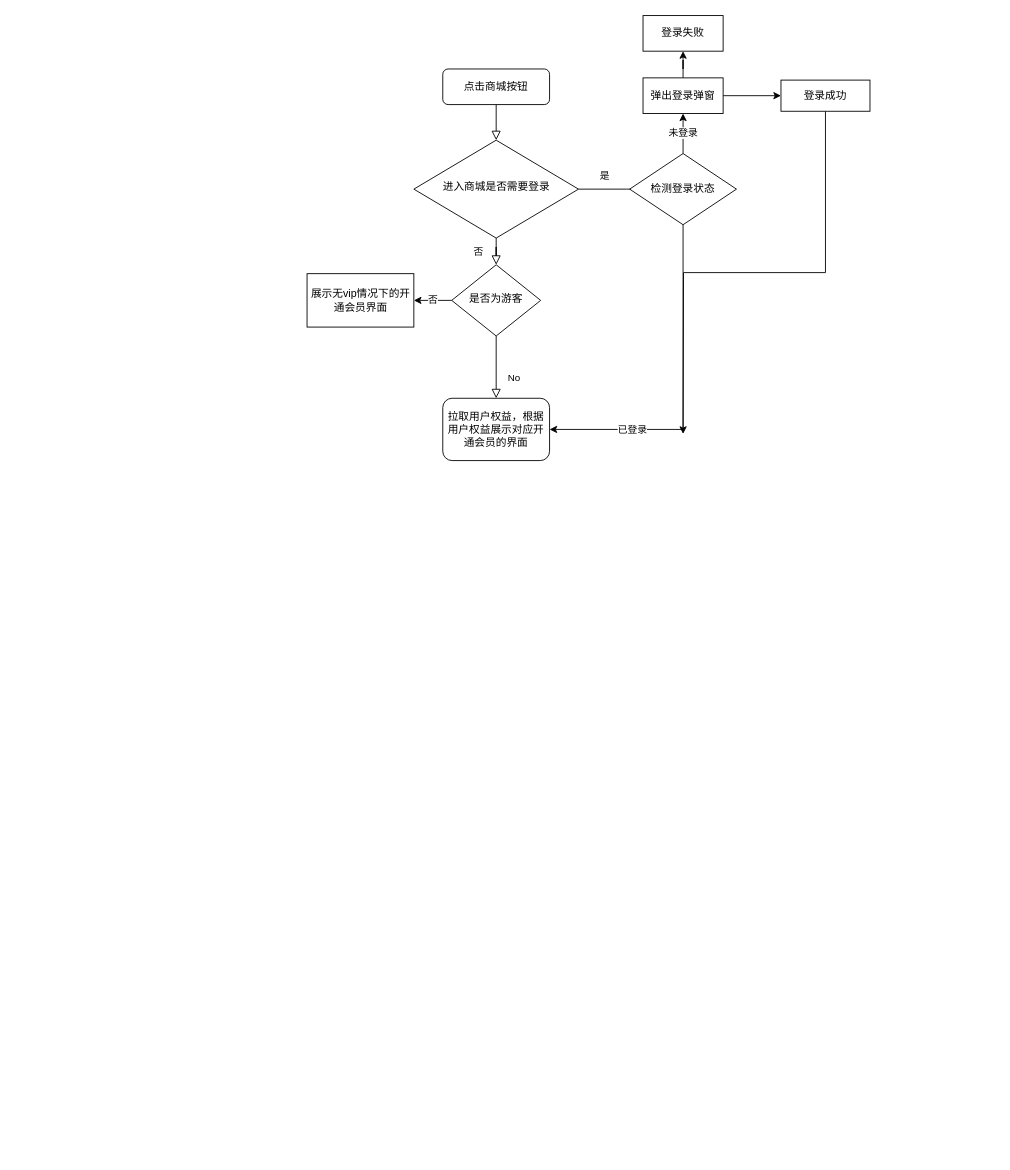
This is Untitled Diagram.drawio from NicoleXiao/UnityUGUI, a draw.io file, before an edit. Source tidied: cells renumbered, new cells numbered last; positions are measured from the earlier drawing's top-left corner, leaving out a move shared by most shapes. Both pictures are drawn from the tidied source at 89%, with x=0, y=0 at pixel (307, 15).
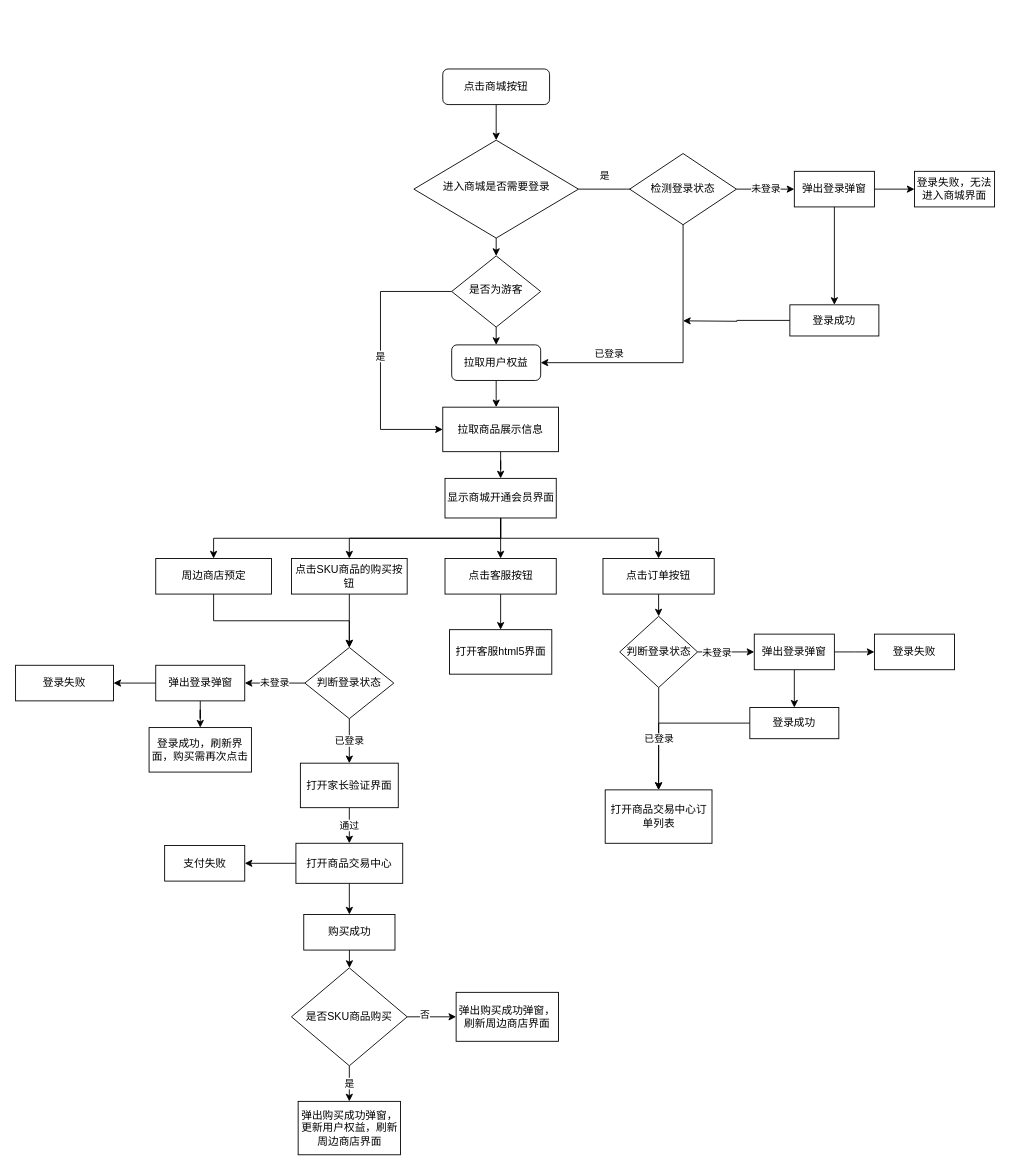
The same diagram, later.

The change refers to these unchanged cells:
```xml
<mxCell id="3" value="点击商城按钮" style="rounded=1;whiteSpace=wrap;html=1;fontSize=12;glass=0;strokeWidth=1;shadow=0;" parent="1" vertex="1">
  <mxGeometry x="152" y="60" width="120" height="40" as="geometry" />
</mxCell>
<mxCell id="6" value="进入商城是否需要登录" style="rhombus;whiteSpace=wrap;html=1;shadow=0;fontFamily=Helvetica;fontSize=12;align=center;strokeWidth=1;spacing=6;spacingTop=-4;" parent="1" vertex="1">
  <mxGeometry x="119.5" y="140" width="185" height="110" as="geometry" />
</mxCell>
<mxCell id="16" value="检测登录状态" style="rhombus;whiteSpace=wrap;html=1;" parent="1" vertex="1">
  <mxGeometry x="362" y="155" width="120" height="80" as="geometry" />
</mxCell>
```

What changed in the source:
```diff
@@
-    <mxCell id="2" style="rounded=0;html=1;jettySize=auto;fontSize=11;endArrow=block;endFill=0;endSize=8;strokeWidth=1;shadow=0;labelBackgroundColor=none;edgeStyle=orthogonalEdgeStyle;" parent="1" edge="1" source="3" target="6">
+    <mxCell id="2" style="edgeStyle=orthogonalEdgeStyle;rounded=0;jettySize=auto;html=1;exitX=0.5;exitY=1;exitDx=0;exitDy=0;entryX=0.5;entryY=0;entryDx=0;entryDy=0;" parent="1" edge="1" source="3" target="6">
       <mxGeometry relative="1" as="geometry" />
     </mxCell>
@@
-    <mxCell id="4" value="否" style="rounded=0;html=1;jettySize=auto;fontSize=11;endArrow=block;endFill=0;endSize=8;strokeWidth=1;shadow=0;labelBackgroundColor=none;edgeStyle=orthogonalEdgeStyle;" parent="1" edge="1" source="6" target="9">
-      <mxGeometry y="20" relative="1" as="geometry" />
-    </mxCell>
@@
+    <mxCell id="21" style="edgeStyle=orthogonalEdgeStyle;rounded=0;jettySize=auto;html=1;exitX=0.5;exitY=1;exitDx=0;exitDy=0;entryX=0.5;entryY=0;entryDx=0;entryDy=0;" parent="1" edge="1" source="6" target="9">
+      <mxGeometry relative="1" as="geometry" />
+    </mxCell>
@@
-    <mxCell id="7" value="No" style="rounded=0;html=1;jettySize=auto;fontSize=11;endArrow=block;endFill=0;endSize=8;strokeWidth=1;shadow=0;labelBackgroundColor=none;edgeStyle=orthogonalEdgeStyle;" parent="1" edge="1" source="9" target="10">
-      <mxGeometry x="0.33" y="20" relative="1" as="geometry" />
-    </mxCell>
-    <mxCell id="8" value="否" style="edgeStyle=orthogonalEdgeStyle;rounded=0;jettySize=auto;html=1;" parent="1" edge="1" source="9" target="17">
-      <mxGeometry relative="1" as="geometry" />
+    <mxCell id="8" value="是" style="edgeStyle=orthogonalEdgeStyle;rounded=0;jettySize=auto;html=1;entryX=0;entryY=0.5;entryDx=0;entryDy=0;" parent="1" edge="1" source="9" target="26">
+      <mxGeometry relative="1" as="geometry">
+        <Array as="points">
+          <mxPoint x="82" y="310" />
+          <mxPoint x="82" y="465" />
+        </Array>
+      </mxGeometry>
     </mxCell>
+    <mxCell id="22" style="edgeStyle=orthogonalEdgeStyle;rounded=0;jettySize=auto;html=1;exitX=0.5;exitY=1;exitDx=0;exitDy=0;" parent="1" edge="1" source="9">
+      <mxGeometry relative="1" as="geometry">
+        <mxPoint x="212" y="370" as="targetPoint" />
+      </mxGeometry>
+    </mxCell>
     <mxCell id="9" value="是否为游客" style="rhombus;whiteSpace=wrap;html=1;shadow=0;fontFamily=Helvetica;fontSize=12;align=center;strokeWidth=1;spacing=6;spacingTop=-4;" parent="1" vertex="1">
-      <mxGeometry x="162" y="280" width="100" height="80" as="geometry" />
+      <mxGeometry x="162" y="270" width="100" height="80" as="geometry" />
     </mxCell>
+    <mxCell id="23" style="edgeStyle=orthogonalEdgeStyle;rounded=0;jettySize=auto;html=1;exitX=0.5;exitY=1;exitDx=0;exitDy=0;" parent="1" edge="1" source="10">
+      <mxGeometry relative="1" as="geometry">
+        <mxPoint x="212" y="440" as="targetPoint" />
+        <Array as="points">
+          <mxPoint x="212" y="430" />
+          <mxPoint x="212" y="430" />
+        </Array>
+      </mxGeometry>
+    </mxCell>
-    <mxCell id="10" value="拉取用户权益，根据用户权益展示对应开通会员的界面" style="rounded=1;whiteSpace=wrap;html=1;fontSize=12;glass=0;strokeWidth=1;shadow=0;" parent="1" vertex="1">
-      <mxGeometry x="152" y="430" width="120" height="70" as="geometry" />
+    <mxCell id="10" value="拉取用户权益" style="rounded=1;whiteSpace=wrap;html=1;fontSize=12;glass=0;strokeWidth=1;shadow=0;" parent="1" vertex="1">
+      <mxGeometry x="162" y="370" width="100" height="40" as="geometry" />
     </mxCell>
@@
     <mxCell id="13" value="弹出登录弹窗" style="whiteSpace=wrap;html=1;" parent="1" vertex="1">
-      <mxGeometry x="377" y="70" width="90" height="40" as="geometry" />
+      <mxGeometry x="547" y="175" width="90" height="40" as="geometry" />
     </mxCell>
@@
-    <mxCell id="15" value="已登录" style="edgeStyle=orthogonalEdgeStyle;rounded=0;jettySize=auto;html=1;entryX=1;entryY=0.5;entryDx=0;entryDy=0;exitX=0.5;exitY=1;exitDx=0;exitDy=0;" parent="1" edge="1" source="16" target="10">
-      <mxGeometry x="0.51" relative="1" as="geometry">
+    <mxCell id="15" value="已登录" style="edgeStyle=orthogonalEdgeStyle;rounded=0;jettySize=auto;html=1;exitX=0.5;exitY=1;exitDx=0;exitDy=0;entryX=1;entryY=0.5;entryDx=0;entryDy=0;" parent="1" edge="1" source="16" target="10">
+      <mxGeometry x="0.51" y="-10" relative="1" as="geometry">
         <Array as="points">
-          <mxPoint x="422" y="465" />
+          <mxPoint x="422" y="390" />
         </Array>
       </mxGeometry>
     </mxCell>
@@
-    <mxCell id="17" value="展示无vip情况下的开通会员界面" style="whiteSpace=wrap;html=1;" parent="1" vertex="1">
-      <mxGeometry x="-0.5" y="290" width="120" height="60" as="geometry" />
-    </mxCell>
-    <mxCell id="18" style="edgeStyle=orthogonalEdgeStyle;rounded=0;jettySize=auto;html=1;exitX=0.5;exitY=1;exitDx=0;exitDy=0;" parent="1" edge="1" source="19">
-      <mxGeometry relative="1" as="geometry">
-        <mxPoint x="422" y="470" as="targetPoint" />
-      </mxGeometry>
-    </mxCell>
+    <mxCell id="24" style="edgeStyle=orthogonalEdgeStyle;rounded=0;jettySize=auto;html=1;exitX=0;exitY=0.5;exitDx=0;exitDy=0;" parent="1" edge="1" source="19">
+      <mxGeometry relative="1" as="geometry">
+        <mxPoint x="422" y="343" as="targetPoint" />
+      </mxGeometry>
+    </mxCell>
     <mxCell id="19" value="登录成功" style="whiteSpace=wrap;html=1;" parent="1" vertex="1">
-      <mxGeometry x="532" y="72.5" width="100" height="35" as="geometry" />
+      <mxGeometry x="542" y="325" width="100" height="35" as="geometry" />
     </mxCell>
-    <mxCell id="20" value="登录失败" style="whiteSpace=wrap;html=1;" parent="1" vertex="1">
-      <mxGeometry x="377" width="90" height="40" as="geometry" />
+    <mxCell id="20" value="登录失败，无法进入商城界面" style="whiteSpace=wrap;html=1;" parent="1" vertex="1">
+      <mxGeometry x="682" y="175" width="90" height="40" as="geometry" />
     </mxCell>
+    <mxCell id="25" style="edgeStyle=orthogonalEdgeStyle;rounded=0;jettySize=auto;html=1;" parent="1" edge="1" source="26" target="40">
+      <mxGeometry relative="1" as="geometry" />
+    </mxCell>
+    <mxCell id="26" value="拉取商品展示信息" style="whiteSpace=wrap;html=1;" parent="1" vertex="1">
+      <mxGeometry x="152" y="440" width="130" height="50" as="geometry" />
+    </mxCell>
+    <mxCell id="27" style="edgeStyle=orthogonalEdgeStyle;rounded=0;jettySize=auto;html=1;" parent="1" edge="1" source="28" target="31">
+      <mxGeometry relative="1" as="geometry" />
+    </mxCell>
+    <mxCell id="28" value="点击SKU商品的购买按钮" style="whiteSpace=wrap;html=1;" parent="1" vertex="1">
+      <mxGeometry x="-18" y="610" width="130" height="40" as="geometry" />
+    </mxCell>
+    <mxCell id="29" value="已登录" style="edgeStyle=orthogonalEdgeStyle;rounded=0;jettySize=auto;html=1;" parent="1" edge="1" source="31" target="33">
+      <mxGeometry relative="1" as="geometry">
+        <Array as="points">
+          <mxPoint x="47" y="850" />
+          <mxPoint x="47" y="850" />
+        </Array>
+      </mxGeometry>
+    </mxCell>
+    <mxCell id="30" value="未登录" style="edgeStyle=orthogonalEdgeStyle;rounded=0;jettySize=auto;html=1;" parent="1" edge="1" source="31" target="43">
+      <mxGeometry relative="1" as="geometry" />
+    </mxCell>
+    <mxCell id="31" value="判断登录状态" style="rhombus;whiteSpace=wrap;html=1;" parent="1" vertex="1">
+      <mxGeometry x="-3" y="710" width="100" height="80" as="geometry" />
+    </mxCell>
+    <mxCell id="32" value="通过" style="edgeStyle=orthogonalEdgeStyle;rounded=0;jettySize=auto;html=1;" parent="1" edge="1" source="33" target="36">
+      <mxGeometry relative="1" as="geometry" />
+    </mxCell>
+    <mxCell id="33" value="打开家长验证界面" style="whiteSpace=wrap;html=1;" parent="1" vertex="1">
+      <mxGeometry x="-8" y="840" width="110" height="50" as="geometry" />
+    </mxCell>
+    <mxCell id="34" style="edgeStyle=orthogonalEdgeStyle;rounded=0;jettySize=auto;html=1;" parent="1" edge="1" source="36" target="37">
+      <mxGeometry relative="1" as="geometry" />
+    </mxCell>
+    <mxCell id="35" style="edgeStyle=orthogonalEdgeStyle;rounded=0;jettySize=auto;html=1;" parent="1" edge="1" source="36" target="49">
+      <mxGeometry relative="1" as="geometry" />
+    </mxCell>
+    <mxCell id="36" value="打开商品交易中心" style="whiteSpace=wrap;html=1;" parent="1" vertex="1">
+      <mxGeometry x="-13" y="930" width="120" height="45" as="geometry" />
+    </mxCell>
+    <mxCell id="37" value="支付失败" style="whiteSpace=wrap;html=1;" parent="1" vertex="1">
+      <mxGeometry x="-160.5" y="932.5" width="90" height="40" as="geometry" />
+    </mxCell>
+    <mxCell id="38" style="edgeStyle=orthogonalEdgeStyle;rounded=0;jettySize=auto;html=1;exitX=0.5;exitY=1;exitDx=0;exitDy=0;entryX=0.5;entryY=0;entryDx=0;entryDy=0;" parent="1" edge="1" source="40" target="28">
+      <mxGeometry relative="1" as="geometry" />
+    </mxCell>
+    <mxCell id="39" style="edgeStyle=orthogonalEdgeStyle;rounded=0;jettySize=auto;html=1;" parent="1" edge="1" source="40" target="47">
+      <mxGeometry relative="1" as="geometry" />
+    </mxCell>
+    <mxCell id="40" value="&lt;span&gt;显示商城开通会员界面&lt;/span&gt;" style="whiteSpace=wrap;html=1;" parent="1" vertex="1">
+      <mxGeometry x="154.5" y="520" width="125" height="44.5" as="geometry" />
+    </mxCell>
+    <mxCell id="41" style="edgeStyle=orthogonalEdgeStyle;rounded=0;jettySize=auto;html=1;" parent="1" edge="1" source="43" target="44">
+      <mxGeometry relative="1" as="geometry" />
+    </mxCell>
+    <mxCell id="42" style="edgeStyle=orthogonalEdgeStyle;rounded=0;jettySize=auto;html=1;" parent="1" edge="1" source="43" target="45">
+      <mxGeometry relative="1" as="geometry" />
+    </mxCell>
+    <mxCell id="43" value="弹出登录弹窗" style="whiteSpace=wrap;html=1;" parent="1" vertex="1">
+      <mxGeometry x="-170.5" y="730" width="100" height="40" as="geometry" />
+    </mxCell>
+    <mxCell id="44" value="登录失败" style="whiteSpace=wrap;html=1;" parent="1" vertex="1">
+      <mxGeometry x="-328" y="730" width="110" height="40" as="geometry" />
+    </mxCell>
+    <mxCell id="45" value="登录成功，刷新界面，购买需再次点击" style="whiteSpace=wrap;html=1;" parent="1" vertex="1">
+      <mxGeometry x="-178" y="800" width="115" height="50" as="geometry" />
+    </mxCell>
+    <mxCell id="46" style="edgeStyle=orthogonalEdgeStyle;rounded=0;jettySize=auto;html=1;" parent="1" edge="1" source="47" target="50">
+      <mxGeometry relative="1" as="geometry" />
+    </mxCell>
+    <mxCell id="47" value="点击客服按钮" style="whiteSpace=wrap;html=1;" parent="1" vertex="1">
+      <mxGeometry x="154.5" y="610" width="125" height="40" as="geometry" />
+    </mxCell>
+    <mxCell id="48" style="edgeStyle=orthogonalEdgeStyle;rounded=0;jettySize=auto;html=1;" parent="1" edge="1" source="49" target="70">
+      <mxGeometry relative="1" as="geometry" />
+    </mxCell>
+    <mxCell id="49" value="购买成功" style="whiteSpace=wrap;html=1;" parent="1" vertex="1">
+      <mxGeometry x="-4.2" y="1010" width="102.5" height="40" as="geometry" />
+    </mxCell>
+    <mxCell id="50" value="打开客服html5界面" style="whiteSpace=wrap;html=1;" parent="1" vertex="1">
+      <mxGeometry x="159.5" y="690" width="115" height="50" as="geometry" />
+    </mxCell>
+    <mxCell id="51" style="edgeStyle=orthogonalEdgeStyle;rounded=0;jettySize=auto;html=1;" parent="1" edge="1" source="52" target="62">
+      <mxGeometry relative="1" as="geometry" />
+    </mxCell>
+    <mxCell id="52" value="点击订单按钮" style="whiteSpace=wrap;html=1;" parent="1" vertex="1">
+      <mxGeometry x="332" y="610" width="125" height="40" as="geometry" />
+    </mxCell>
+    <mxCell id="53" style="edgeStyle=orthogonalEdgeStyle;rounded=0;jettySize=auto;html=1;" parent="1" edge="1" source="55" target="57">
+      <mxGeometry relative="1" as="geometry" />
+    </mxCell>
+    <mxCell id="54" style="edgeStyle=orthogonalEdgeStyle;rounded=0;jettySize=auto;html=1;" parent="1" edge="1" source="55">
+      <mxGeometry relative="1" as="geometry">
+        <mxPoint x="637" y="715" as="targetPoint" />
+      </mxGeometry>
+    </mxCell>
+    <mxCell id="55" value="弹出登录弹窗" style="whiteSpace=wrap;html=1;" parent="1" vertex="1">
+      <mxGeometry x="502" y="695" width="90" height="40" as="geometry" />
+    </mxCell>
+    <mxCell id="56" style="edgeStyle=orthogonalEdgeStyle;rounded=0;jettySize=auto;html=1;" parent="1" edge="1" source="57" target="64">
+      <mxGeometry relative="1" as="geometry" />
+    </mxCell>
+    <mxCell id="57" value="登录成功" style="whiteSpace=wrap;html=1;" parent="1" vertex="1">
+      <mxGeometry x="497" y="777.5" width="100" height="35" as="geometry" />
+    </mxCell>
+    <mxCell id="58" value="登录失败" style="whiteSpace=wrap;html=1;" parent="1" vertex="1">
+      <mxGeometry x="637" y="695" width="90" height="40" as="geometry" />
+    </mxCell>
+    <mxCell id="59" style="edgeStyle=orthogonalEdgeStyle;rounded=0;jettySize=auto;html=1;" parent="1" edge="1" source="62" target="55">
+      <mxGeometry relative="1" as="geometry" />
+    </mxCell>
+    <mxCell id="60" value="未登录" style="edgeLabel;html=1;align=center;verticalAlign=middle;" parent="59" vertex="1">
+      <mxGeometry x="-0.34" relative="1" as="geometry" />
+    </mxCell>
+    <mxCell id="61" value="已登录" style="edgeStyle=orthogonalEdgeStyle;rounded=0;jettySize=auto;html=1;" parent="1" edge="1" source="62" target="64">
+      <mxGeometry relative="1" as="geometry" />
+    </mxCell>
+    <mxCell id="62" value="判断登录状态" style="rhombus;whiteSpace=wrap;html=1;" parent="1" vertex="1">
+      <mxGeometry x="350.8" y="675" width="87.5" height="80" as="geometry" />
+    </mxCell>
+    <mxCell id="63" style="edgeStyle=orthogonalEdgeStyle;rounded=0;jettySize=auto;html=1;exitX=0.5;exitY=1;exitDx=0;exitDy=0;entryX=0.5;entryY=0;entryDx=0;entryDy=0;" parent="1" edge="1" source="40" target="52">
+      <mxGeometry relative="1" as="geometry" />
+    </mxCell>
+    <mxCell id="64" value="打开商品交易中心订单列表" style="whiteSpace=wrap;html=1;" parent="1" vertex="1">
+      <mxGeometry x="334.5" y="870" width="120" height="60" as="geometry" />
+    </mxCell>
+    <mxCell id="65" style="edgeStyle=orthogonalEdgeStyle;rounded=0;jettySize=auto;html=1;exitX=0.5;exitY=1;exitDx=0;exitDy=0;entryX=0.5;entryY=0;entryDx=0;entryDy=0;" parent="1" edge="1" source="66" target="31">
+      <mxGeometry relative="1" as="geometry" />
+    </mxCell>
+    <mxCell id="66" value="周边商店预定" style="whiteSpace=wrap;html=1;" parent="1" vertex="1">
+      <mxGeometry x="-170.5" y="610" width="130" height="40" as="geometry" />
+    </mxCell>
+    <mxCell id="67" style="edgeStyle=orthogonalEdgeStyle;rounded=0;jettySize=auto;html=1;entryX=0.5;entryY=0;entryDx=0;entryDy=0;exitX=0.5;exitY=1;exitDx=0;exitDy=0;" parent="1" edge="1" source="40" target="66">
+      <mxGeometry relative="1" as="geometry" />
+    </mxCell>
+    <mxCell id="68" style="edgeStyle=orthogonalEdgeStyle;rounded=0;jettySize=auto;html=1;" parent="1" edge="1" source="70" target="71">
+      <mxGeometry relative="1" as="geometry" />
+    </mxCell>
+    <mxCell id="4" value="否" style="edgeLabel;html=1;align=center;verticalAlign=middle;" parent="68" vertex="1">
+      <mxGeometry x="-0.32" y="3" relative="1" as="geometry" />
+    </mxCell>
+    <mxCell id="69" value="是" style="edgeStyle=orthogonalEdgeStyle;rounded=0;jettySize=auto;html=1;" parent="1" edge="1" source="70" target="72">
+      <mxGeometry relative="1" as="geometry" />
+    </mxCell>
+    <mxCell id="70" value="是否SKU商品购买" style="rhombus;whiteSpace=wrap;html=1;" parent="1" vertex="1">
+      <mxGeometry x="-18" y="1070" width="130" height="110" as="geometry" />
+    </mxCell>
+    <mxCell id="71" value="弹出购买成功弹窗，刷新周边商店界面" style="whiteSpace=wrap;html=1;" parent="1" vertex="1">
+      <mxGeometry x="167" y="1097.5" width="115" height="55" as="geometry" />
+    </mxCell>
+    <mxCell id="72" value="弹出购买成功弹窗，更新用户权益，刷新周边商店界面" style="whiteSpace=wrap;html=1;" parent="1" vertex="1">
+      <mxGeometry x="-10.5" y="1220" width="115" height="60" as="geometry" />
+    </mxCell>
```
